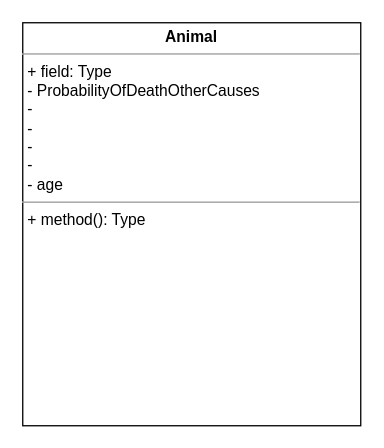
The draw.io diagram Untitled Diagram.drawio in germw/Sorting, before the edit. Source tidied: cells renumbered, new cells numbered last; positions are measured from the earlier drawing's top-left corner, leaving out a move shared by most shapes. Both pictures are drawn from the tidied source at 130%, with x=0, y=0 at pixel (22, 22).
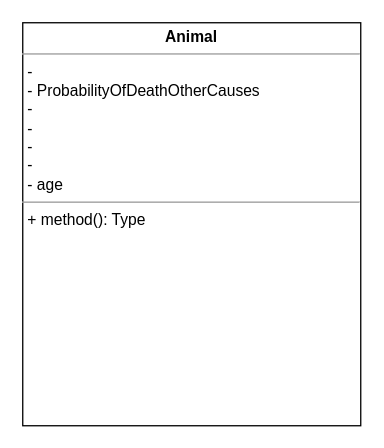
The same page after the edit.

What changed in the source:
```diff
@@
 <mxGraphModel>
   <root>
     <mxCell id="0" />
     <mxCell id="1" parent="0" />
-    <mxCell id="2" value="&lt;p style=&quot;margin: 0px ; margin-top: 4px ; text-align: center&quot;&gt;&lt;b&gt;Animal&lt;/b&gt;&lt;/p&gt;&lt;hr size=&quot;1&quot;&gt;&lt;p style=&quot;margin: 0px ; margin-left: 4px&quot;&gt;+ field: Type&lt;/p&gt;&lt;p style=&quot;margin: 0px ; margin-left: 4px&quot;&gt;- ProbabilityOfDeathOtherCauses&lt;/p&gt;&lt;p style=&quot;margin: 0px ; margin-left: 4px&quot;&gt;-&lt;/p&gt;&lt;p style=&quot;margin: 0px ; margin-left: 4px&quot;&gt;-&lt;/p&gt;&lt;p style=&quot;margin: 0px ; margin-left: 4px&quot;&gt;-&lt;/p&gt;&lt;p style=&quot;margin: 0px ; margin-left: 4px&quot;&gt;-&lt;/p&gt;&lt;p style=&quot;margin: 0px ; margin-left: 4px&quot;&gt;- age&lt;/p&gt;&lt;hr size=&quot;1&quot;&gt;&lt;p style=&quot;margin: 0px ; margin-left: 4px&quot;&gt;+ method(): Type&lt;/p&gt;" style="verticalAlign=top;align=left;overflow=fill;fontSize=12;fontFamily=Helvetica;html=1;" parent="1" vertex="1">
+    <mxCell id="2" value="&lt;p style=&quot;margin: 0px ; margin-top: 4px ; text-align: center&quot;&gt;&lt;b&gt;Animal&lt;/b&gt;&lt;/p&gt;&lt;hr size=&quot;1&quot;&gt;&lt;p style=&quot;margin: 0px ; margin-left: 4px&quot;&gt;-&lt;br&gt;&lt;/p&gt;&lt;p style=&quot;margin: 0px ; margin-left: 4px&quot;&gt;- ProbabilityOfDeathOtherCauses&lt;/p&gt;&lt;p style=&quot;margin: 0px ; margin-left: 4px&quot;&gt;-&lt;/p&gt;&lt;p style=&quot;margin: 0px ; margin-left: 4px&quot;&gt;-&lt;/p&gt;&lt;p style=&quot;margin: 0px ; margin-left: 4px&quot;&gt;-&lt;/p&gt;&lt;p style=&quot;margin: 0px ; margin-left: 4px&quot;&gt;-&lt;/p&gt;&lt;p style=&quot;margin: 0px ; margin-left: 4px&quot;&gt;- age&lt;/p&gt;&lt;hr size=&quot;1&quot;&gt;&lt;p style=&quot;margin: 0px ; margin-left: 4px&quot;&gt;+ method(): Type&lt;/p&gt;" style="verticalAlign=top;align=left;overflow=fill;fontSize=12;fontFamily=Helvetica;html=1;" parent="1" vertex="1">
       <mxGeometry width="260" height="310" as="geometry" />
     </mxCell>
   </root>
 </mxGraphModel>
```
